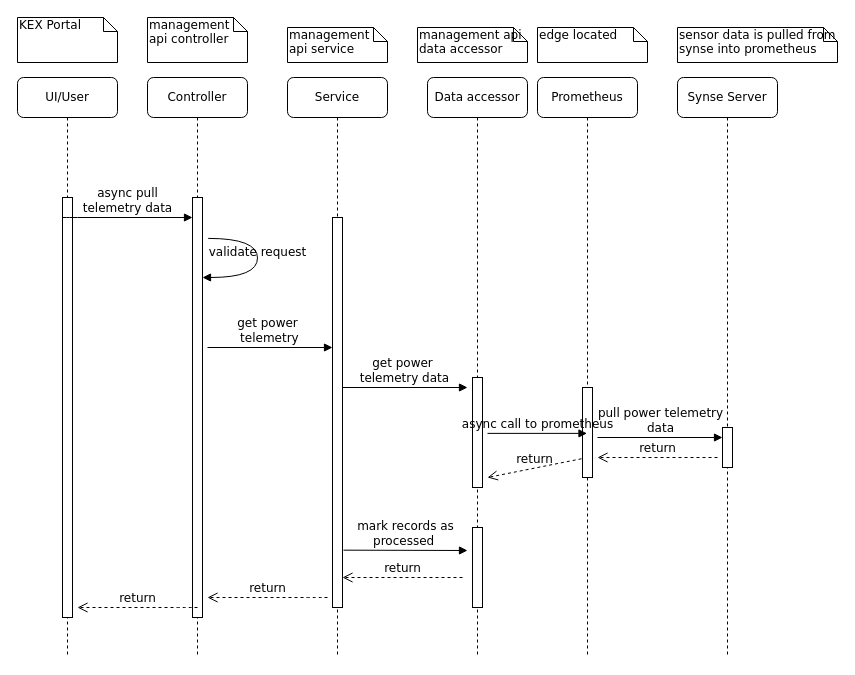
Earlier version of the draw.io diagram page "Page-2" (2 of 3) of power-rep.drawio (dsm100/test). Source tidied: cells renumbered, new cells numbered last; positions are measured from the earlier drawing's top-left corner, leaving out a move shared by most shapes. Both pictures are drawn from the tidied source at 100%, with x=0, y=0 at pixel (17, 17).
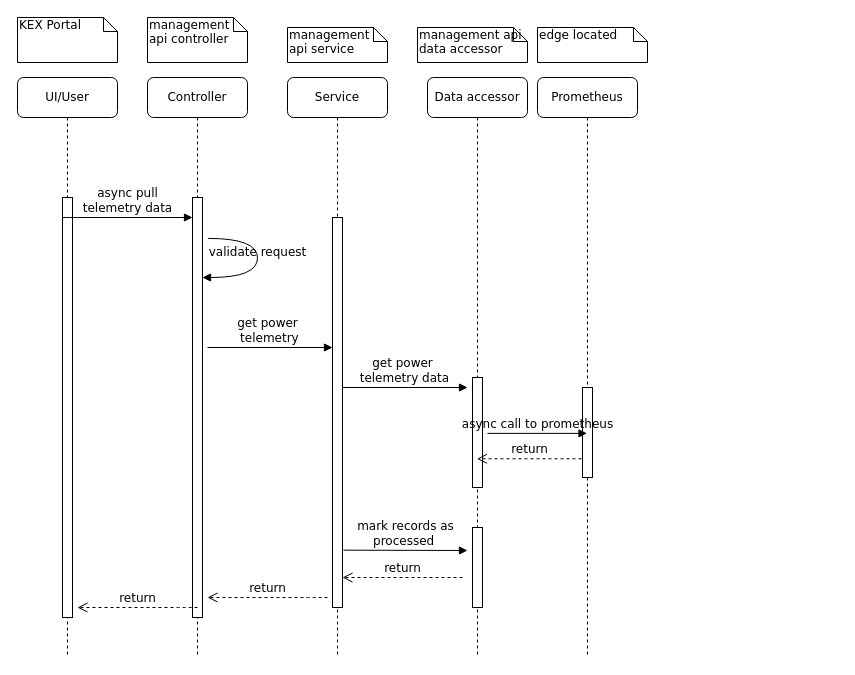
Above is the later version.

The change refers to these unchanged cells:
```xml
<mxCell id="8" style="html=1;points=[];perimeter=orthogonalPerimeter;rounded=0;shadow=0;comic=0;labelBackgroundColor=none;strokeWidth=1;fontFamily=Verdana;fontSize=12;align=center;" parent="7" vertex="1">
  <mxGeometry x="45" y="310" width="10" height="90" as="geometry" />
</mxCell>
<mxCell id="9" value="Data accessor" style="shape=umlLifeline;perimeter=lifelinePerimeter;whiteSpace=wrap;html=1;outlineConnect=0;rounded=1;shadow=0;comic=0;labelBackgroundColor=none;strokeWidth=1;fontFamily=Verdana;fontSize=12;align=center;" parent="1" vertex="1">
  <mxGeometry x="410" y="60" width="100" height="580" as="geometry" />
</mxCell>
```

What changed in the source:
```diff
@@
-    <mxCell id="19" value="Synse Server" style="shape=umlLifeline;perimeter=lifelinePerimeter;whiteSpace=wrap;html=1;rounded=1;shadow=0;comic=0;labelBackgroundColor=none;strokeWidth=1;fontFamily=Verdana;fontSize=12;align=center;" parent="1" vertex="1">
-      <mxGeometry x="660" y="60" width="100" height="580" as="geometry" />
-    </mxCell>
-    <mxCell id="20" style="html=1;perimeter=orthogonalPerimeter;rounded=0;shadow=0;comic=0;labelBackgroundColor=none;strokeWidth=1;fontFamily=Verdana;fontSize=12;align=center;" parent="19" vertex="1">
-      <mxGeometry x="45" y="350" width="10" height="40" as="geometry" />
-    </mxCell>
-    <mxCell id="21" value="pull power telemetry&lt;br&gt;data" style="html=1;verticalAlign=bottom;endArrow=block;labelBackgroundColor=none;fontFamily=Verdana;fontSize=12;exitX=1.1;exitY=0.853;exitDx=0;exitDy=0;exitPerimeter=0;" parent="19" edge="1">
-      <mxGeometry relative="1" as="geometry">
-        <mxPoint x="-80" y="360" as="sourcePoint" />
-        <mxPoint x="45" y="360" as="targetPoint" />
-      </mxGeometry>
-    </mxCell>
-    <mxCell id="22" value="return" style="html=1;verticalAlign=bottom;endArrow=open;dashed=1;endSize=8;labelBackgroundColor=none;fontFamily=Verdana;fontSize=12;" parent="19" edge="1">
-      <mxGeometry relative="1" as="geometry">
-        <mxPoint x="40" y="380" as="sourcePoint" />
-        <mxPoint x="-80" y="380" as="targetPoint" />
-      </mxGeometry>
-    </mxCell>
-    <mxCell id="23" value="sensor data is pulled from synse into prometheus" style="shape=note;whiteSpace=wrap;html=1;size=14;verticalAlign=top;align=left;spacingTop=-6;rounded=0;shadow=0;comic=0;labelBackgroundColor=none;strokeWidth=1;fontFamily=Verdana;fontSize=12;" parent="1" vertex="1">
-      <mxGeometry x="660" y="10" width="160" height="35" as="geometry" />
-    </mxCell>
-    <mxCell id="24" value="return" style="html=1;verticalAlign=bottom;endArrow=open;dashed=1;endSize=8;labelBackgroundColor=none;fontFamily=Verdana;fontSize=12;exitX=-0.1;exitY=0.792;exitDx=0;exitDy=0;exitPerimeter=0;" parent="1" edge="1" source="8">
-      <mxGeometry relative="1" as="geometry">
-        <mxPoint x="470" y="460" as="targetPoint" />
-      </mxGeometry>
+    <mxCell id="24" value="return" style="html=1;verticalAlign=bottom;endArrow=open;dashed=1;endSize=8;labelBackgroundColor=none;fontFamily=Verdana;fontSize=12;exitX=-0.1;exitY=0.792;exitDx=0;exitDy=0;exitPerimeter=0;" parent="1" edge="1" source="8" target="9">
+      <mxGeometry relative="1" as="geometry" />
     </mxCell>
```
